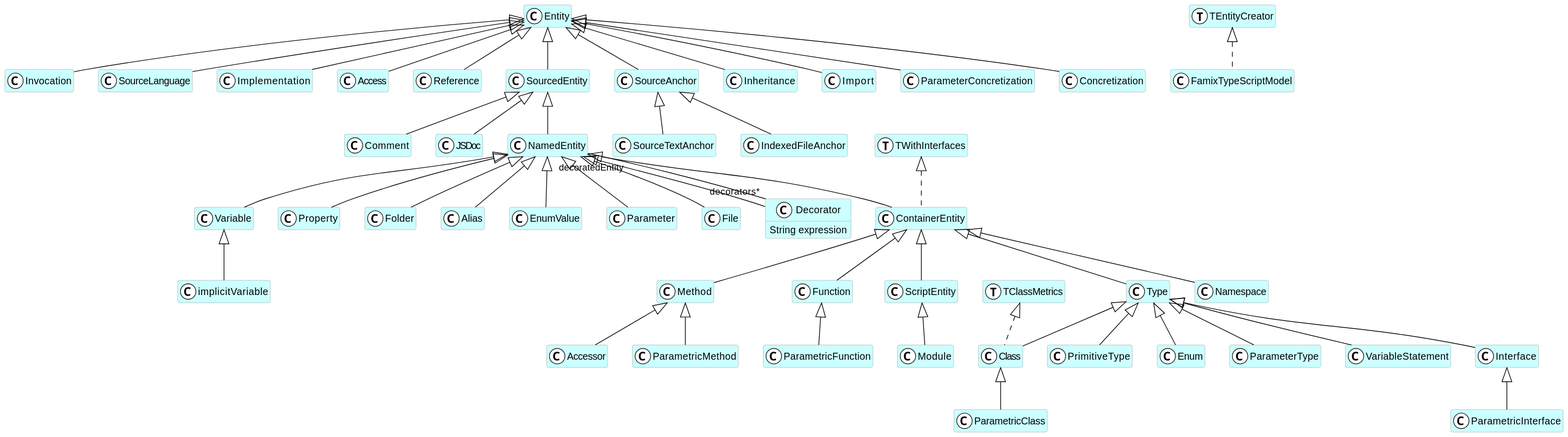
The PlantUML diagram doc-uml/FamixTypeScript.svg in fuhrmanator/FamixTypeScript, before a commit.
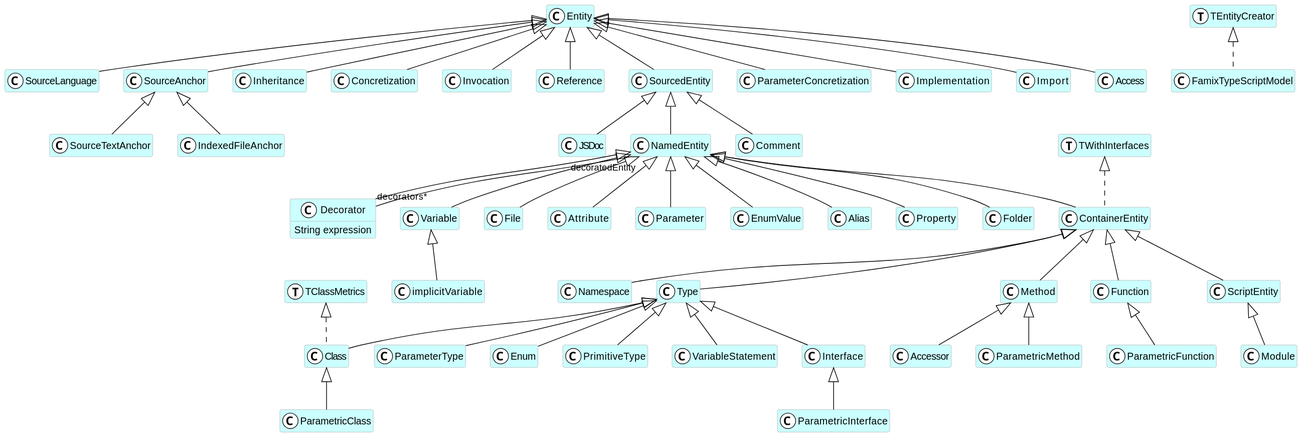
After the change.

Diff of the diagram source:
```diff
@@ -5,148 +5,151 @@
   ArrowColor black
   BorderColor darkGray
 }
+class Namespace <<(C,white)>> #CCFFFF {
+}
 class SourceTextAnchor <<(C,white)>> #CCFFFF {
 }
-class PrimitiveType <<(C,white)>> #CCFFFF {
-}
-class Accessor <<(C,white)>> #CCFFFF {
-}
-class Type <<(C,white)>> #CCFFFF {
-}
-class IndexedFileAnchor <<(C,white)>> #CCFFFF {
-}
-class Entity <<(C,white)>> #CCFFFF {
-}
-class Invocation <<(C,white)>> #CCFFFF {
-}
-class TClassMetrics <<(T,white)>> #CCFFFF {
-}
-class Enum <<(C,white)>> #CCFFFF {
-}
-class Variable <<(C,white)>> #CCFFFF {
-}
-class ParametricInterface <<(C,white)>> #CCFFFF {
-}
-class Property <<(C,white)>> #CCFFFF {
-}
-class ParametricClass <<(C,white)>> #CCFFFF {
-}
-class Namespace <<(C,white)>> #CCFFFF {
-}
-class Method <<(C,white)>> #CCFFFF {
-}
-class ContainerEntity <<(C,white)>> #CCFFFF {
-}
-class Comment <<(C,white)>> #CCFFFF {
-}
-class FamixTypeScriptModel <<(C,white)>> #CCFFFF {
-}
-class Folder <<(C,white)>> #CCFFFF {
-}
-class ParameterType <<(C,white)>> #CCFFFF {
-}
-class TEntityCreator <<(T,white)>> #CCFFFF {
-}
-class SourceLanguage <<(C,white)>> #CCFFFF {
-}
-class Implementation <<(C,white)>> #CCFFFF {
-}
-class ParametricFunction <<(C,white)>> #CCFFFF {
-}
-class Access <<(C,white)>> #CCFFFF {
-}
-class Alias <<(C,white)>> #CCFFFF {
-}
-class TWithInterfaces <<(T,white)>> #CCFFFF {
-}
-class ParametricMethod <<(C,white)>> #CCFFFF {
-}
 class Class <<(C,white)>> #CCFFFF {
-}
-class implicitVariable <<(C,white)>> #CCFFFF {
-}
-class Reference <<(C,white)>> #CCFFFF {
-}
-class Function <<(C,white)>> #CCFFFF {
-}
-class SourcedEntity <<(C,white)>> #CCFFFF {
-}
-class ScriptEntity <<(C,white)>> #CCFFFF {
 }
 class Decorator <<(C,white)>> #CCFFFF {
   String expression
 }
+class ParameterType <<(C,white)>> #CCFFFF {
+}
+class Variable <<(C,white)>> #CCFFFF {
+}
+class File <<(C,white)>> #CCFFFF {
+}
+class JSDoc <<(C,white)>> #CCFFFF {
+}
+class ParametricInterface <<(C,white)>> #CCFFFF {
+}
+class ParametricFunction <<(C,white)>> #CCFFFF {
+}
+class SourceLanguage <<(C,white)>> #CCFFFF {
+}
+class Attribute <<(C,white)>> #CCFFFF {
+}
+class Type <<(C,white)>> #CCFFFF {
+}
 class SourceAnchor <<(C,white)>> #CCFFFF {
+}
+class Inheritance <<(C,white)>> #CCFFFF {
+}
+class Entity <<(C,white)>> #CCFFFF {
+}
+class IndexedFileAnchor <<(C,white)>> #CCFFFF {
+}
+class Concretization <<(C,white)>> #CCFFFF {
 }
 class Module <<(C,white)>> #CCFFFF {
 }
-class EnumValue <<(C,white)>> #CCFFFF {
+class NamedEntity <<(C,white)>> #CCFFFF {
 }
-class Inheritance <<(C,white)>> #CCFFFF {
+class ContainerEntity <<(C,white)>> #CCFFFF {
 }
-class JSDoc <<(C,white)>> #CCFFFF {
+class Accessor <<(C,white)>> #CCFFFF {
+}
+class Invocation <<(C,white)>> #CCFFFF {
+}
+class Reference <<(C,white)>> #CCFFFF {
+}
+class Parameter <<(C,white)>> #CCFFFF {
+}
+class SourcedEntity <<(C,white)>> #CCFFFF {
+}
+class ParameterConcretization <<(C,white)>> #CCFFFF {
+}
+class Implementation <<(C,white)>> #CCFFFF {
+}
+class TEntityCreator <<(T,white)>> #CCFFFF {
+}
+class FamixTypeScriptModel <<(C,white)>> #CCFFFF {
 }
 class Import <<(C,white)>> #CCFFFF {
 }
-class ParameterConcretization <<(C,white)>> #CCFFFF {
+class TClassMetrics <<(T,white)>> #CCFFFF {
 }
-class Parameter <<(C,white)>> #CCFFFF {
+class EnumValue <<(C,white)>> #CCFFFF {
+}
+class Access <<(C,white)>> #CCFFFF {
+}
+class Method <<(C,white)>> #CCFFFF {
+}
+class Enum <<(C,white)>> #CCFFFF {
+}
+class Function <<(C,white)>> #CCFFFF {
+}
+class Alias <<(C,white)>> #CCFFFF {
+}
+class Comment <<(C,white)>> #CCFFFF {
+}
+class PrimitiveType <<(C,white)>> #CCFFFF {
+}
+class TWithInterfaces <<(T,white)>> #CCFFFF {
+}
+class ParametricClass <<(C,white)>> #CCFFFF {
+}
+class implicitVariable <<(C,white)>> #CCFFFF {
+}
+class ParametricMethod <<(C,white)>> #CCFFFF {
+}
+class Property <<(C,white)>> #CCFFFF {
 }
 class VariableStatement <<(C,white)>> #CCFFFF {
 }
-class NamedEntity <<(C,white)>> #CCFFFF {
+class Folder <<(C,white)>> #CCFFFF {
 }
-class Concretization <<(C,white)>> #CCFFFF {
+class ScriptEntity <<(C,white)>> #CCFFFF {
 }
 class Interface <<(C,white)>> #CCFFFF {
 }
-class File <<(C,white)>> #CCFFFF {
-}
 SourceAnchor <|-- SourceTextAnchor
+ContainerEntity <|-- Namespace
+NamedEntity <|-- Decorator
+NamedEntity <|-- Variable
+Type <|-- ParameterType
+Type <|-- Class
+NamedEntity <|-- File
+Interface <|-- ParametricInterface
+SourcedEntity <|-- JSDoc
+Function <|-- ParametricFunction
+Entity <|-- SourceLanguage
+NamedEntity <|-- Attribute
+ContainerEntity <|-- Type
+Entity <|-- SourceAnchor
+Entity <|-- Inheritance
+SourceAnchor <|-- IndexedFileAnchor
+Entity <|-- Concretization
+ScriptEntity <|-- Module
+SourcedEntity <|-- NamedEntity
+NamedEntity <|-- ContainerEntity
+Method <|-- Accessor
+Entity <|-- Invocation
+Entity <|-- Reference
+NamedEntity <|-- Parameter
+Entity <|-- SourcedEntity
+Entity <|-- ParameterConcretization
+Entity <|-- Implementation
+Entity <|-- Import
+NamedEntity <|-- EnumValue
+Entity <|-- Access
+ContainerEntity <|-- Method
+Type <|-- Enum
+ContainerEntity <|-- Function
+NamedEntity <|-- Alias
+SourcedEntity <|-- Comment
 Type <|-- PrimitiveType
-Method <|-- Accessor
-ContainerEntity <|-- Type
-SourceAnchor <|-- IndexedFileAnchor
-Entity <|-- Invocation
-Type <|-- Enum
-NamedEntity <|-- Variable
-Interface <|-- ParametricInterface
+Class <|-- ParametricClass
+Variable <|-- implicitVariable
+Method <|-- ParametricMethod
 NamedEntity <|-- Property
-Class <|-- ParametricClass
-ContainerEntity <|-- Method
-ContainerEntity <|-- Namespace
-NamedEntity <|-- ContainerEntity
-SourcedEntity <|-- Comment
+Type <|-- VariableStatement
 NamedEntity <|-- Folder
-Type <|-- ParameterType
-Entity <|-- SourceLanguage
-Entity <|-- Implementation
-Function <|-- ParametricFunction
-Entity <|-- Access
-NamedEntity <|-- Alias
-Method <|-- ParametricMethod
-Type <|-- Class
-Variable <|-- implicitVariable
-Entity <|-- Reference
-ContainerEntity <|-- Function
-Entity <|-- SourcedEntity
 ContainerEntity <|-- ScriptEntity
-NamedEntity <|-- Decorator
-Entity <|-- SourceAnchor
-ScriptEntity <|-- Module
-NamedEntity <|-- EnumValue
-Entity <|-- Inheritance
-SourcedEntity <|-- JSDoc
-Entity <|-- Import
-Entity <|-- ParameterConcretization
-NamedEntity <|-- Parameter
-Type <|-- VariableStatement
-SourcedEntity <|-- NamedEntity
-Entity <|-- Concretization
 Type <|-- Interface
-NamedEntity <|-- File
+TClassMetrics <|.. Class
 TWithInterfaces <|.. ContainerEntity
 TEntityCreator <|.. FamixTypeScriptModel
-TClassMetrics <|.. Class
 Decorator "decorators*" -- "decoratedEntity" NamedEntity
 @enduml
```
